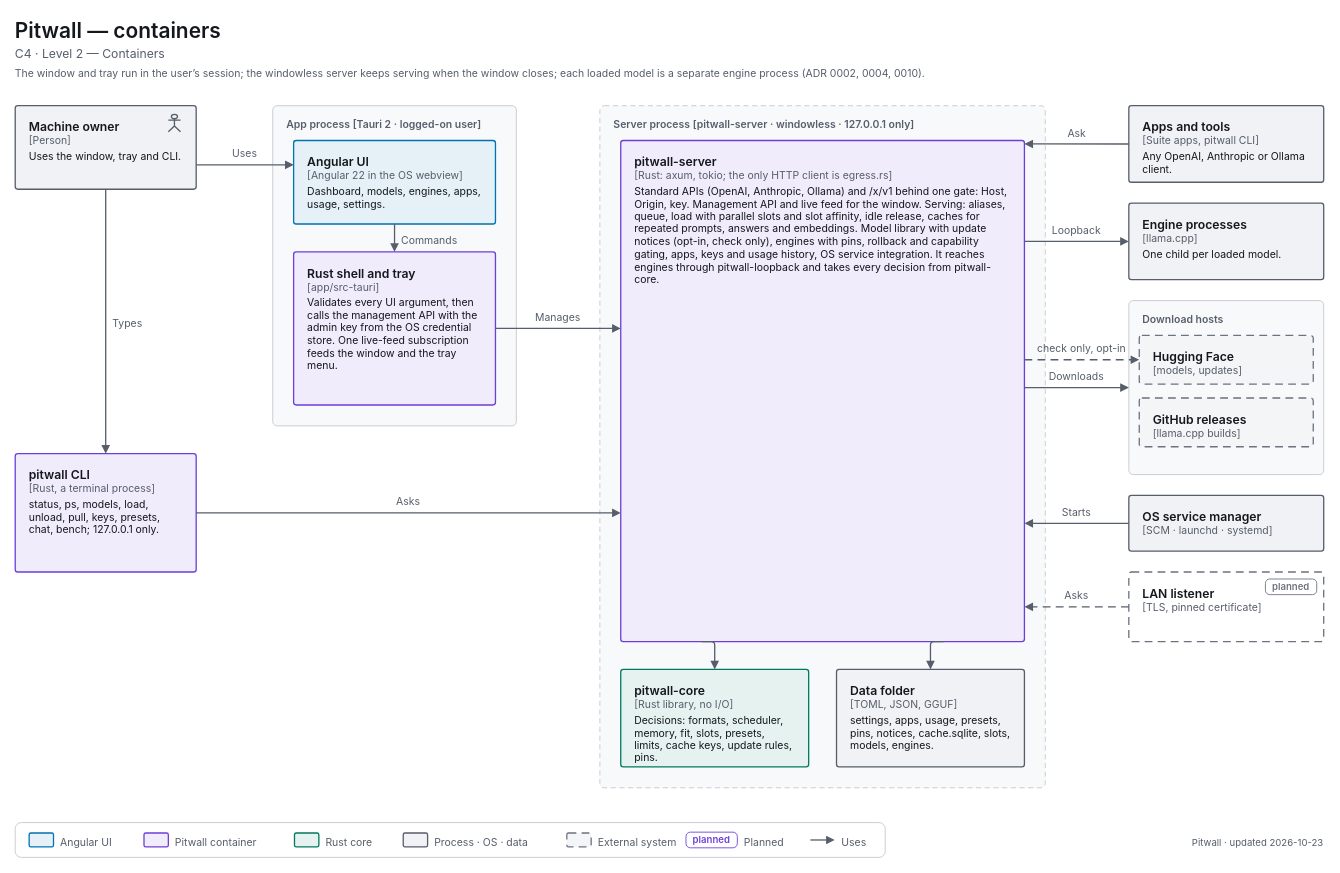
This is apps/pitwall/docs/diagrams/c4-2-containers.drawio from decryp7/paddock, a draw.io file, before an edit. Source tidied: cells renumbered, new cells numbered last; positions are measured from the earlier drawing's top-left corner, leaving out a move shared by most shapes. Both pictures are drawn from the tidied source at 87%, with x=0, y=0 at pixel (15, 15).
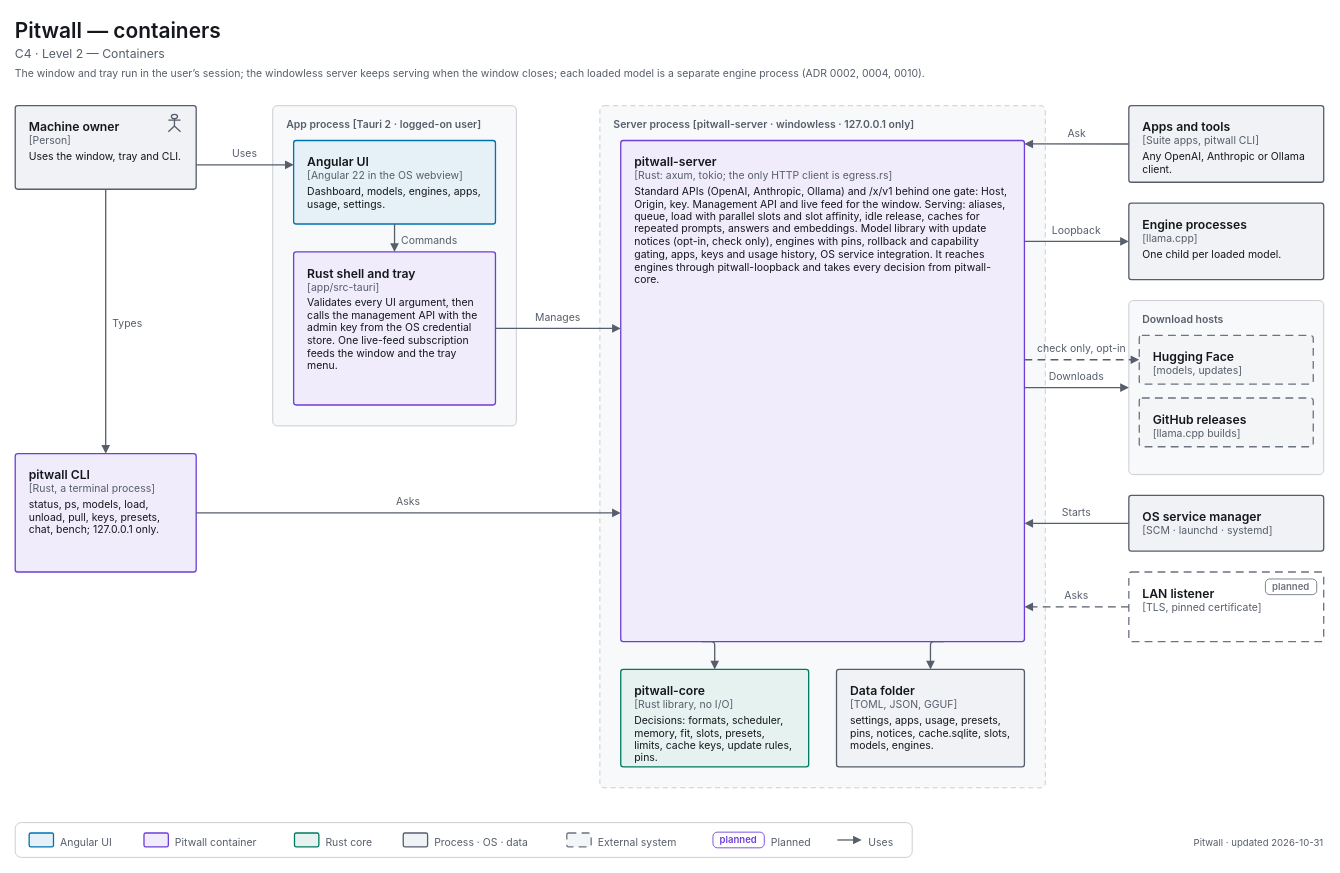
Above is the later version.

Change to the diagram source:
```diff
@@
     <mxCell id="47" style="rounded=1;absoluteArcSize=1;arcSize=14;strokeWidth=1;strokeColor=light-dark(#C4C7CD,#353A42);fillColor=none;" parent="1" vertex="1">
-      <mxGeometry y="928" width="1000" height="40" as="geometry" />
+      <mxGeometry y="928" width="1031" height="40" as="geometry" />
     </mxCell>
@@
     <mxCell id="58" value="&lt;span style=&quot;font-size:11px;font-weight:600&quot;&gt;planned&lt;/span&gt;" style="html=1;whiteSpace=wrap;fontFamily=-apple-system,BlinkMacSystemFont,Segoe UI,system-ui,sans-serif;fontSize=12;fontColor=light-dark(#14171C,#ECEEF1);rounded=1;absoluteArcSize=1;arcSize=10;strokeWidth=1;strokeColor=light-dark(#6D3FD6,#A58BFA);fillColor=light-dark(#FFFFFF,#15171B);fontColor=light-dark(#6D3FD6,#A58BFA);align=center;verticalAlign=middle;spacing=0;" parent="1" vertex="1">
-      <mxGeometry x="771" y="939" width="59" height="18" as="geometry" />
+      <mxGeometry x="802" y="939" width="59" height="18" as="geometry" />
     </mxCell>
     <mxCell id="59" value="&lt;span style=&quot;font-size:12px;font-weight:400&quot;&gt;Planned&lt;/span&gt;" style="html=1;whiteSpace=wrap;fontFamily=-apple-system,BlinkMacSystemFont,Segoe UI,system-ui,sans-serif;fontSize=12;fontColor=light-dark(#14171C,#ECEEF1);text;strokeColor=none;fillColor=none;align=left;verticalAlign=top;spacing=0;fontColor=light-dark(#565E6B,#A0A7B2);" parent="1" vertex="1">
-      <mxGeometry x="838" y="939" width="52" height="18" as="geometry" />
+      <mxGeometry x="869" y="939" width="52" height="18" as="geometry" />
     </mxCell>
     <mxCell id="60" style="edgeStyle=none;rounded=1;html=1;strokeWidth=1.5;strokeColor=light-dark(#565E6B,#A0A7B2);endArrow=block;endFill=1;endSize=6;" parent="1" edge="1">
       <mxGeometry relative="1" as="geometry">
-        <mxPoint x="914" y="948" as="sourcePoint" />
-        <mxPoint x="942" y="948" as="targetPoint" />
+        <mxPoint x="945" y="948" as="sourcePoint" />
+        <mxPoint x="973" y="948" as="targetPoint" />
       </mxGeometry>
     </mxCell>
     <mxCell id="61" value="&lt;span style=&quot;font-size:12px;font-weight:400&quot;&gt;Uses&lt;/span&gt;" style="html=1;whiteSpace=wrap;fontFamily=-apple-system,BlinkMacSystemFont,Segoe UI,system-ui,sans-serif;fontSize=12;fontColor=light-dark(#14171C,#ECEEF1);text;strokeColor=none;fillColor=none;align=left;verticalAlign=top;spacing=0;fontColor=light-dark(#565E6B,#A0A7B2);" parent="1" vertex="1">
-      <mxGeometry x="950" y="939" width="34" height="18" as="geometry" />
+      <mxGeometry x="981" y="939" width="34" height="18" as="geometry" />
     </mxCell>
-    <mxCell id="62" value="&lt;span style=&quot;font-size:11px;font-weight:400&quot;&gt;Pitwall · updated 2026-10-23&lt;/span&gt;" style="html=1;whiteSpace=wrap;fontFamily=-apple-system,BlinkMacSystemFont,Segoe UI,system-ui,sans-serif;fontSize=12;fontColor=light-dark(#14171C,#ECEEF1);text;strokeColor=none;fillColor=none;align=right;verticalAlign=top;spacing=0;fontColor=light-dark(#565E6B,#A0A7B2);" parent="1" vertex="1">
+    <mxCell id="62" value="&lt;span style=&quot;font-size:11px;font-weight:400&quot;&gt;Pitwall · updated 2026-10-31&lt;/span&gt;" style="html=1;whiteSpace=wrap;fontFamily=-apple-system,BlinkMacSystemFont,Segoe UI,system-ui,sans-serif;fontSize=12;fontColor=light-dark(#14171C,#ECEEF1);text;strokeColor=none;fillColor=none;align=right;verticalAlign=top;spacing=0;fontColor=light-dark(#565E6B,#A0A7B2);" parent="1" vertex="1">
       <mxGeometry x="1144" y="939" width="360" height="18" as="geometry" />
     </mxCell>
```
